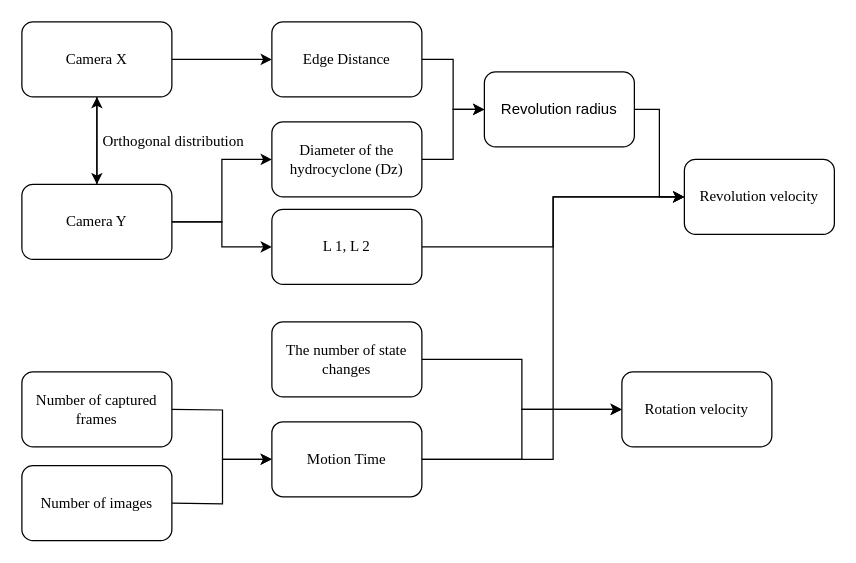
14790897/550-preprocess keeps this draw.io diagram as cvat数据来源/未命名绘图.drawio. Above is the earlier version. Source tidied: cells renumbered, new cells numbered last; positions are measured from the earlier drawing's top-left corner, leaving out a move shared by most shapes. Both pictures are drawn from the tidied source at 125%, with x=0, y=0 at pixel (21, 21). Pictures stored in the file or linked from it are replaced by grey dashed boxes.
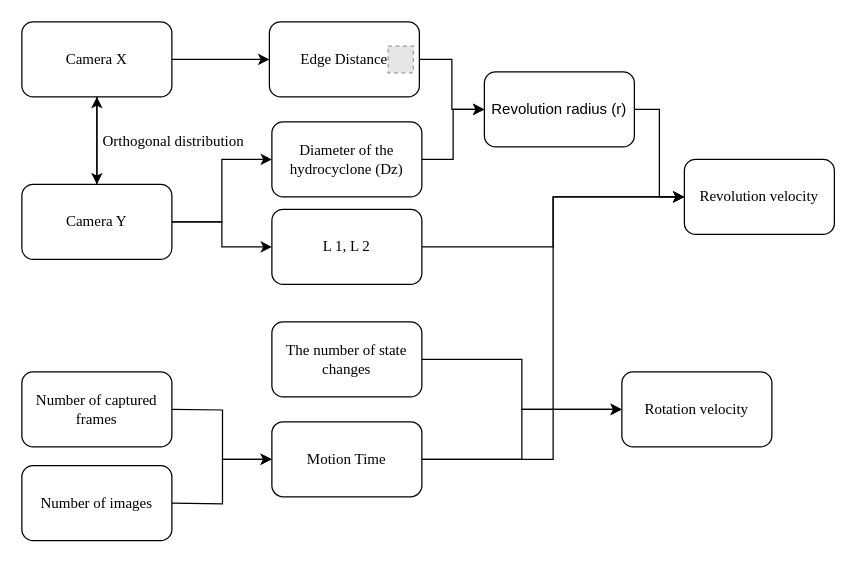
The same diagram, later.

Commit message:
Update 未命名绘图.drawio

Change to the diagram source:
```diff
@@
-    <mxCell id="11" value="&lt;font face=&quot;Times New Roman&quot;&gt;Edge Distance&lt;/font&gt;" style="rounded=1;whiteSpace=wrap;html=1;shadow=0;glass=0;strokeColor=default;strokeWidth=1;align=center;verticalAlign=middle;fontFamily=Helvetica;fontSize=12;fontColor=default;fillColor=default;" parent="1" vertex="1">
-      <mxGeometry x="200" width="120" height="60" as="geometry" />
-    </mxCell>
@@
-    <mxCell id="19" value="Revolution radius" style="rounded=1;whiteSpace=wrap;html=1;shadow=0;glass=0;strokeColor=default;strokeWidth=1;align=center;verticalAlign=middle;fontFamily=Helvetica;fontSize=12;fontColor=default;fillColor=default;" parent="1" vertex="1">
+    <mxCell id="19" value="Revolution radius (r)" style="rounded=1;whiteSpace=wrap;html=1;shadow=0;glass=0;strokeColor=default;strokeWidth=1;align=center;verticalAlign=middle;fontFamily=Helvetica;fontSize=12;fontColor=default;fillColor=default;" parent="1" vertex="1">
       <mxGeometry x="370" y="40" width="120" height="60" as="geometry" />
     </mxCell>
@@
+    <mxCell id="29" style="group;" parent="1" vertex="1">
+      <mxGeometry x="198" width="120" height="60" as="geometry" />
+    </mxCell>
+    <mxCell id="11" value="&lt;font face=&quot;Times New Roman&quot;&gt;Edge Distance&lt;/font&gt;" style="rounded=1;whiteSpace=wrap;html=1;shadow=0;glass=0;strokeColor=default;strokeWidth=1;align=center;verticalAlign=middle;fontFamily=Helvetica;fontSize=12;fontColor=default;fillColor=default;" parent="29" vertex="1">
+      <mxGeometry width="120" height="60" as="geometry" />
+    </mxCell>
+    <mxCell id="30" style="fillColor=#E6E6E6;strokeColor=#999999;dashed=1;verticalLabelPosition=bottom;labelBackgroundColor=default;verticalAlign=top;" parent="29" vertex="1">
+      <mxGeometry x="95" y="19.4" width="20.2" height="21.3" as="geometry" />
+    </mxCell>
```
